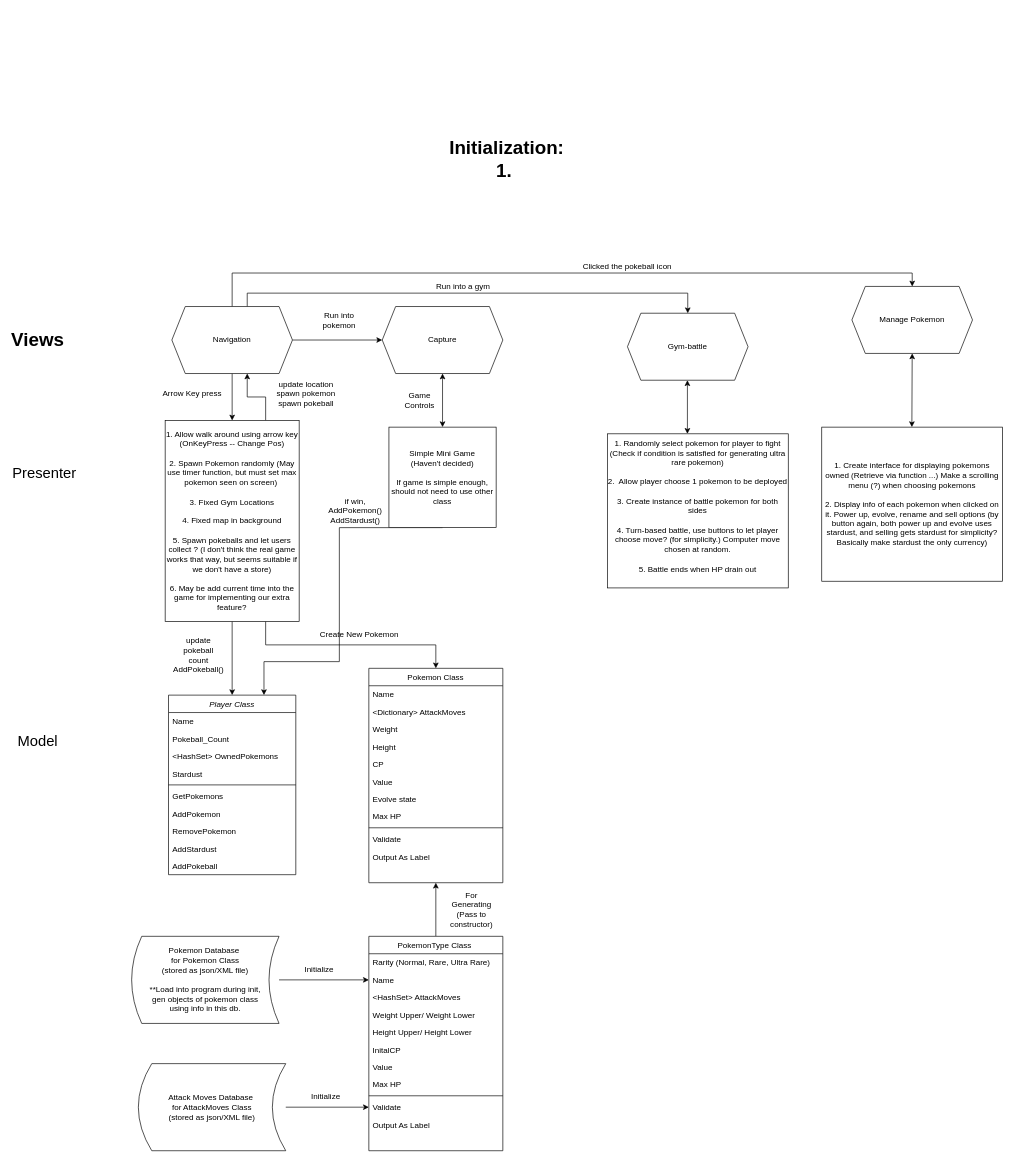
Above: Untitled Diagram.drawio in tpmmthomas/ierg3080-pokemon-go (draw.io), before the change. Source tidied: cells renumbered, new cells numbered last; positions are measured from the earlier drawing's top-left corner, leaving out a move shared by most shapes. Both pictures are drawn from the tidied source at 67%, with x=0, y=0 at pixel (24, 152).
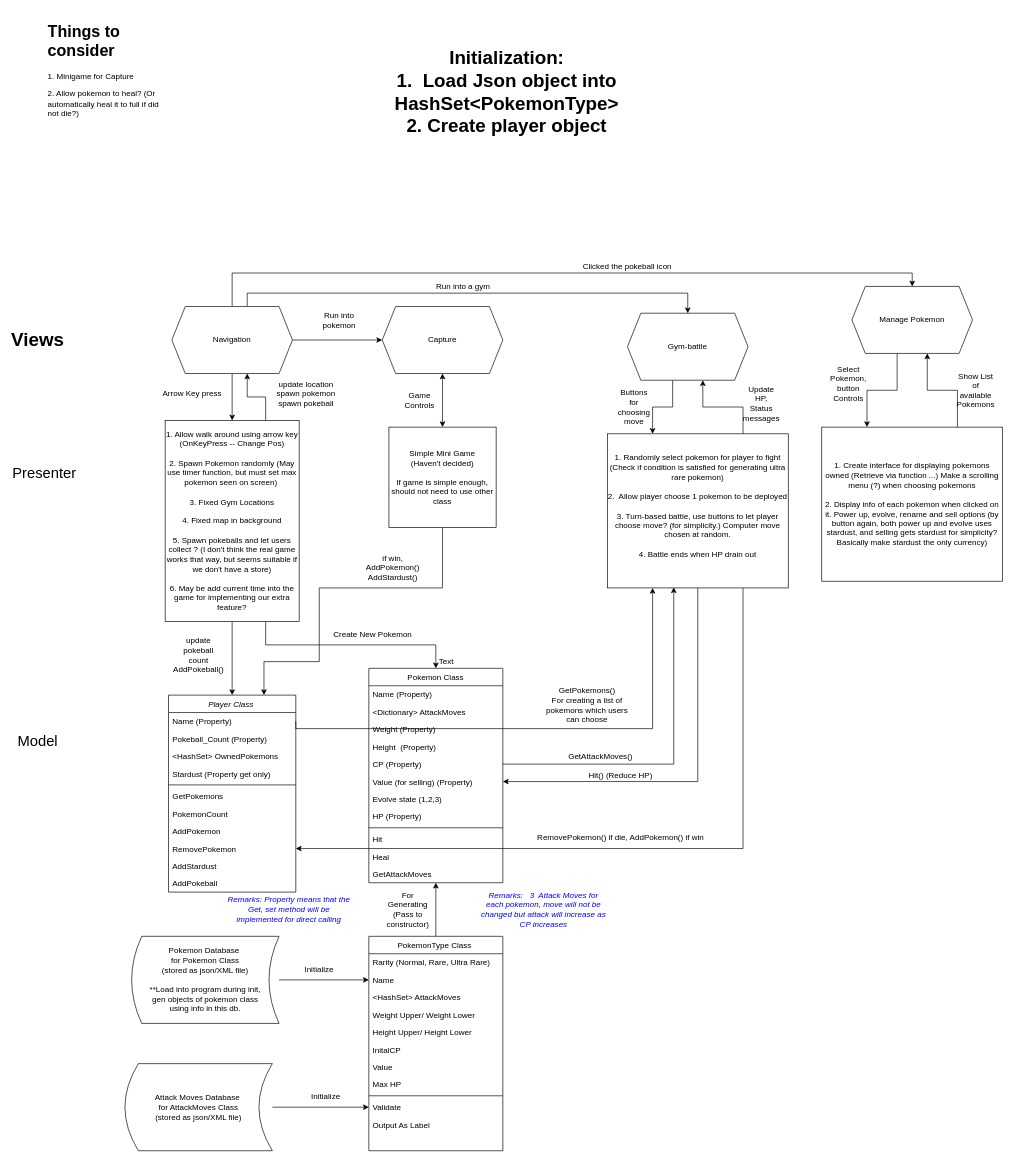
The same page after the edit.

Unchanged cells that the change refers to:
```xml
<mxCell id="21" value="Gym-battle" style="shape=hexagon;perimeter=hexagonPerimeter2;whiteSpace=wrap;html=1;fixedSize=1;" parent="1" vertex="1">
  <mxGeometry x="900" y="240" width="180" height="100" as="geometry" />
</mxCell>
<mxCell id="22" value="Manage Pokemon" style="shape=hexagon;perimeter=hexagonPerimeter2;whiteSpace=wrap;html=1;fixedSize=1;" parent="1" vertex="1">
  <mxGeometry x="1235" y="200" width="180" height="100" as="geometry" />
</mxCell>
<mxCell id="24" value="Simple Mini Game&lt;br&gt;(Haven't decided)&lt;br&gt;&lt;br&gt;If game is simple enough, should not need to use other class" style="rounded=0;whiteSpace=wrap;html=1;" parent="1" vertex="1">
  <mxGeometry x="544" y="410" width="160" height="150" as="geometry" />
</mxCell>
<mxCell id="36" value="Pokemon Class" style="swimlane;fontStyle=0;align=center;verticalAlign=top;horizontal=1;startSize=26;rounded=0;shadow=0;strokeWidth=1;" parent="1" vertex="1">
  <mxGeometry x="514" y="770" width="200" height="320" as="geometry" />
</mxCell>
<mxCell id="50" value="1. Create interface for displaying pokemons owned (Retrieve via function ...) Make a scrolling menu (?) when choosing pokemons&lt;br&gt;&lt;br&gt;2. Display info of each pokemon when clicked on it. Power up, evolve, rename and sell options (by button again, both power up and evolve uses stardust, and selling gets stardust for simplicity? Basically make stardust the only currency)" style="rounded=0;whiteSpace=wrap;html=1;" parent="1" vertex="1">
  <mxGeometry x="1190" y="410" width="270" height="230" as="geometry" />
</mxCell>
```

What changed in the source:
```diff
@@
-    <mxCell id="2" value="Player Class" style="swimlane;fontStyle=2;align=center;verticalAlign=top;horizontal=1;startSize=26;rounded=0;shadow=0;strokeWidth=1;" parent="1" vertex="1">
-      <mxGeometry x="215" y="810" width="190" height="268" as="geometry" />
+    <mxCell id="2" value="Player Class " style="swimlane;fontStyle=2;align=center;verticalAlign=top;horizontal=1;startSize=26;rounded=0;shadow=0;strokeWidth=1;" parent="1" vertex="1">
+      <mxGeometry x="215" y="810" width="190" height="294" as="geometry" />
     </mxCell>
-    <mxCell id="3" value="Name" style="text;align=left;verticalAlign=top;spacingLeft=4;spacingRight=4;overflow=hidden;points=[[0,0.5],[1,0.5]];portConstraint=eastwest;rounded=0;shadow=0;html=0;" parent="2" vertex="1">
+    <mxCell id="3" value="Name (Property)" style="text;align=left;verticalAlign=top;spacingLeft=4;spacingRight=4;overflow=hidden;points=[[0,0.5],[1,0.5]];portConstraint=eastwest;rounded=0;shadow=0;html=0;" parent="2" vertex="1">
       <mxGeometry y="26" width="190" height="26" as="geometry" />
     </mxCell>
-    <mxCell id="4" value="Pokeball_Count" style="text;align=left;verticalAlign=top;spacingLeft=4;spacingRight=4;overflow=hidden;" parent="2" vertex="1">
+    <mxCell id="4" value="Pokeball_Count (Property)" style="text;align=left;verticalAlign=top;spacingLeft=4;spacingRight=4;overflow=hidden;" parent="2" vertex="1">
       <mxGeometry y="52" width="190" height="26" as="geometry" />
     </mxCell>
@@
-    <mxCell id="6" value="Stardust" style="text;align=left;verticalAlign=top;spacingLeft=4;spacingRight=4;overflow=hidden;rounded=0;shadow=0;html=0;" parent="2" vertex="1">
+    <mxCell id="6" value="Stardust (Property get only)" style="text;align=left;verticalAlign=top;spacingLeft=4;spacingRight=4;overflow=hidden;rounded=0;shadow=0;html=0;" parent="2" vertex="1">
       <mxGeometry y="104" width="190" height="26" as="geometry" />
     </mxCell>
@@
+    <mxCell id="78" value="PokemonCount" style="text;align=left;verticalAlign=top;spacingLeft=4;spacingRight=4;overflow=hidden;rounded=0;shadow=0;html=0;" parent="2" vertex="1">
+      <mxGeometry y="164" width="190" height="26" as="geometry" />
+    </mxCell>
     <mxCell id="9" value="AddPokemon" style="text;align=left;verticalAlign=top;spacingLeft=4;spacingRight=4;overflow=hidden;rounded=0;shadow=0;html=0;" parent="2" vertex="1">
-      <mxGeometry y="164" width="190" height="26" as="geometry" />
+      <mxGeometry y="190" width="190" height="26" as="geometry" />
     </mxCell>
     <mxCell id="10" value="RemovePokemon&#10;" style="text;align=left;verticalAlign=top;spacingLeft=4;spacingRight=4;overflow=hidden;points=[[0,0.5],[1,0.5]];portConstraint=eastwest;rounded=0;shadow=0;html=0;" parent="2" vertex="1">
-      <mxGeometry y="190" width="190" height="26" as="geometry" />
+      <mxGeometry y="216" width="190" height="26" as="geometry" />
     </mxCell>
     <mxCell id="11" value="AddStardust" style="text;align=left;verticalAlign=top;spacingLeft=4;spacingRight=4;overflow=hidden;rounded=0;shadow=0;html=0;" parent="2" vertex="1">
-      <mxGeometry y="216" width="190" height="26" as="geometry" />
+      <mxGeometry y="242" width="190" height="26" as="geometry" />
     </mxCell>
     <mxCell id="12" value="AddPokeball" style="text;align=left;verticalAlign=top;spacingLeft=4;spacingRight=4;overflow=hidden;rounded=0;shadow=0;html=0;" parent="2" vertex="1">
-      <mxGeometry y="242" width="190" height="26" as="geometry" />
+      <mxGeometry y="268" width="190" height="26" as="geometry" />
     </mxCell>
@@
+    <mxCell id="79" style="edgeStyle=orthogonalEdgeStyle;rounded=0;jettySize=auto;html=1;exitX=0.375;exitY=1;exitDx=0;exitDy=0;entryX=0.25;entryY=0;entryDx=0;entryDy=0;" parent="1" edge="1" source="21" target="35">
+      <mxGeometry relative="1" as="geometry" />
+    </mxCell>
@@
+    <mxCell id="80" style="edgeStyle=orthogonalEdgeStyle;rounded=0;jettySize=auto;html=1;exitX=0.375;exitY=1;exitDx=0;exitDy=0;entryX=0.25;entryY=0;entryDx=0;entryDy=0;fontColor=#0000FF;" parent="1" edge="1" source="22" target="50">
+      <mxGeometry relative="1" as="geometry" />
+    </mxCell>
@@
     <mxCell id="23" style="edgeStyle=orthogonalEdgeStyle;rounded=0;jettySize=auto;html=1;exitX=0.5;exitY=1;exitDx=0;exitDy=0;entryX=0.75;entryY=0;entryDx=0;entryDy=0;" parent="1" edge="1" source="24" target="2">
       <mxGeometry relative="1" as="geometry">
         <Array as="points">
-          <mxPoint x="470" y="560" />
-          <mxPoint x="470" y="760" />
+          <mxPoint x="624" y="650" />
+          <mxPoint x="440" y="650" />
+          <mxPoint x="440" y="760" />
           <mxPoint x="358" y="760" />
         </Array>
       </mxGeometry>
     </mxCell>
@@
-    <mxCell id="32" value="&lt;font style=&quot;font-size: 28px&quot;&gt;&lt;b&gt;Initialization:&lt;br&gt;1.&amp;nbsp;&lt;br&gt;&lt;/b&gt;&lt;/font&gt;" style="text;html=1;strokeColor=none;fillColor=none;align=center;verticalAlign=middle;whiteSpace=wrap;rounded=0;" parent="1" vertex="1">
-      <mxGeometry x="400" width="640" height="20" as="geometry" />
+    <mxCell id="32" value="&lt;font style=&quot;font-size: 28px&quot;&gt;&lt;b&gt;Initialization:&lt;br&gt;1.&amp;nbsp; Load Json object into HashSet&amp;lt;PokemonType&amp;gt;&lt;br&gt;2. Create player object&lt;br&gt;&lt;/b&gt;&lt;/font&gt;" style="text;html=1;strokeColor=none;fillColor=none;align=center;verticalAlign=middle;whiteSpace=wrap;rounded=0;" parent="1" vertex="1">
+      <mxGeometry x="400" y="-100" width="640" height="20" as="geometry" />
     </mxCell>
@@
-    <mxCell id="34" style="endArrow=classic;startArrow=classic;html=1;exitX=0.5;exitY=0;exitDx=0;exitDy=0;entryX=0.5;entryY=1;entryDx=0;entryDy=0;" parent="1" edge="1">
-      <mxGeometry relative="1" as="geometry">
-        <mxPoint x="989.5" y="420" as="sourcePoint" />
-        <mxPoint x="989.5" y="340" as="targetPoint" />
-      </mxGeometry>
-    </mxCell>
+    <mxCell id="81" style="edgeStyle=orthogonalEdgeStyle;rounded=0;jettySize=auto;html=1;exitX=0.75;exitY=0;exitDx=0;exitDy=0;entryX=0.625;entryY=1;entryDx=0;entryDy=0;" parent="1" edge="1" source="35" target="21">
+      <mxGeometry relative="1" as="geometry" />
+    </mxCell>
+    <mxCell id="82" style="edgeStyle=orthogonalEdgeStyle;rounded=0;jettySize=auto;html=1;exitX=0.5;exitY=1;exitDx=0;exitDy=0;entryX=1;entryY=0.5;entryDx=0;entryDy=0;" parent="1" edge="1" source="35" target="42">
+      <mxGeometry relative="1" as="geometry" />
+    </mxCell>
+    <mxCell id="83" style="edgeStyle=orthogonalEdgeStyle;rounded=0;jettySize=auto;html=1;exitX=0.75;exitY=1;exitDx=0;exitDy=0;entryX=1;entryY=0.5;entryDx=0;entryDy=0;fontColor=#000000;" parent="1" edge="1" source="35" target="10">
+      <mxGeometry relative="1" as="geometry" />
+    </mxCell>
-    <mxCell id="35" value="1. Randomly select pokemon for player to fight (Check if condition is satisfied for generating ultra rare pokemon)&lt;br&gt;&lt;br&gt;2.&amp;nbsp; Allow player choose 1 pokemon to be deployed&lt;br&gt;&lt;br&gt;3. Create instance of battle pokemon for both sides&lt;br&gt;&lt;br&gt;4. Turn-based battle, use buttons to let player choose move? (for simplicity.) Computer move chosen at random.&lt;br&gt;&lt;br&gt;5. Battle ends when HP drain out&lt;br&gt;&amp;nbsp;" style="rounded=0;whiteSpace=wrap;html=1;" parent="1" vertex="1">
+    <mxCell id="35" value="1. Randomly select pokemon for player to fight (Check if condition is satisfied for generating ultra rare pokemon)&lt;br&gt;&lt;br&gt;2.&amp;nbsp; Allow player choose 1 pokemon to be deployed&lt;br&gt;&lt;br&gt;3. Turn-based battle, use buttons to let player choose move? (for simplicity.) Computer move chosen at random.&lt;br&gt;&lt;br&gt;4. Battle ends when HP drain out&lt;br&gt;&amp;nbsp;" style="rounded=0;whiteSpace=wrap;html=1;" parent="1" vertex="1">
       <mxGeometry x="870" y="420" width="270" height="230" as="geometry" />
     </mxCell>
@@
-    <mxCell id="37" value="Name" style="text;align=left;verticalAlign=top;spacingLeft=4;spacingRight=4;overflow=hidden;rounded=0;shadow=0;html=0;" parent="36" vertex="1">
+    <mxCell id="37" value="Name (Property)" style="text;align=left;verticalAlign=top;spacingLeft=4;spacingRight=4;overflow=hidden;rounded=0;shadow=0;html=0;" parent="36" vertex="1">
       <mxGeometry y="26" width="200" height="26" as="geometry" />
     </mxCell>
@@
-    <mxCell id="39" value="Weight" style="text;align=left;verticalAlign=top;spacingLeft=4;spacingRight=4;overflow=hidden;rounded=0;shadow=0;html=0;" parent="36" vertex="1">
+    <mxCell id="39" value="Weight (Property)" style="text;align=left;verticalAlign=top;spacingLeft=4;spacingRight=4;overflow=hidden;rounded=0;shadow=0;html=0;" parent="36" vertex="1">
       <mxGeometry y="78" width="200" height="26" as="geometry" />
     </mxCell>
-    <mxCell id="40" value="Height" style="text;align=left;verticalAlign=top;spacingLeft=4;spacingRight=4;overflow=hidden;rounded=0;shadow=0;html=0;" parent="36" vertex="1">
+    <mxCell id="40" value="Height  (Property)" style="text;align=left;verticalAlign=top;spacingLeft=4;spacingRight=4;overflow=hidden;rounded=0;shadow=0;html=0;" parent="36" vertex="1">
       <mxGeometry y="104" width="200" height="26" as="geometry" />
     </mxCell>
-    <mxCell id="41" value="CP" style="text;align=left;verticalAlign=top;spacingLeft=4;spacingRight=4;overflow=hidden;points=[[0,0.5],[1,0.5]];portConstraint=eastwest;rounded=0;shadow=0;html=0;" parent="36" vertex="1">
+    <mxCell id="41" value="CP (Property)" style="text;align=left;verticalAlign=top;spacingLeft=4;spacingRight=4;overflow=hidden;points=[[0,0.5],[1,0.5]];portConstraint=eastwest;rounded=0;shadow=0;html=0;" parent="36" vertex="1">
       <mxGeometry y="130" width="200" height="26" as="geometry" />
     </mxCell>
-    <mxCell id="42" value="Value" style="text;align=left;verticalAlign=top;spacingLeft=4;spacingRight=4;overflow=hidden;points=[[0,0.5],[1,0.5]];portConstraint=eastwest;rounded=0;shadow=0;html=0;" parent="36" vertex="1">
+    <mxCell id="42" value="Value (for selling) (Property)" style="text;align=left;verticalAlign=top;spacingLeft=4;spacingRight=4;overflow=hidden;points=[[0,0.5],[1,0.5]];portConstraint=eastwest;rounded=0;shadow=0;html=0;" parent="36" vertex="1">
       <mxGeometry y="156" width="200" height="26" as="geometry" />
     </mxCell>
-    <mxCell id="43" value="Evolve state" style="text;align=left;verticalAlign=top;spacingLeft=4;spacingRight=4;overflow=hidden;rounded=0;shadow=0;html=0;" parent="36" vertex="1">
+    <mxCell id="43" value="Evolve state (1,2,3)" style="text;align=left;verticalAlign=top;spacingLeft=4;spacingRight=4;overflow=hidden;rounded=0;shadow=0;html=0;" parent="36" vertex="1">
       <mxGeometry y="182" width="200" height="26" as="geometry" />
     </mxCell>
-    <mxCell id="44" value="Max HP" style="text;align=left;verticalAlign=top;spacingLeft=4;spacingRight=4;overflow=hidden;rounded=0;shadow=0;html=0;" parent="36" vertex="1">
+    <mxCell id="44" value="HP (Property)" style="text;align=left;verticalAlign=top;spacingLeft=4;spacingRight=4;overflow=hidden;rounded=0;shadow=0;html=0;" parent="36" vertex="1">
       <mxGeometry y="208" width="200" height="26" as="geometry" />
     </mxCell>
@@
-    <mxCell id="46" value="Validate" style="text;align=left;verticalAlign=top;spacingLeft=4;spacingRight=4;overflow=hidden;" parent="36" vertex="1">
+    <mxCell id="46" value="Hit" style="text;align=left;verticalAlign=top;spacingLeft=4;spacingRight=4;overflow=hidden;" parent="36" vertex="1">
       <mxGeometry y="242" width="200" height="26" as="geometry" />
     </mxCell>
-    <mxCell id="47" value="Output As Label" style="text;align=left;verticalAlign=top;spacingLeft=4;spacingRight=4;overflow=hidden;" parent="36" vertex="1">
+    <mxCell id="47" value="Heal" style="text;align=left;verticalAlign=top;spacingLeft=4;spacingRight=4;overflow=hidden;" parent="36" vertex="1">
       <mxGeometry y="268" width="200" height="26" as="geometry" />
     </mxCell>
+    <mxCell id="84" value="GetAttackMoves" style="text;align=left;verticalAlign=top;spacingLeft=4;spacingRight=4;overflow=hidden;" parent="36" vertex="1">
+      <mxGeometry y="294" width="200" height="26" as="geometry" />
+    </mxCell>
@@
     <mxCell id="49" value="Attack Moves Database&amp;nbsp;&lt;br&gt;for AttackMoves Class&lt;br&gt;(stored as json/XML file)&lt;br&gt;" style="shape=dataStorage;whiteSpace=wrap;html=1;fixedSize=1;" parent="1" vertex="1">
-      <mxGeometry x="170" y="1360" width="220" height="130" as="geometry" />
+      <mxGeometry x="150" y="1360" width="220" height="130" as="geometry" />
     </mxCell>
+    <mxCell id="85" style="edgeStyle=orthogonalEdgeStyle;rounded=0;jettySize=auto;html=1;exitX=0.75;exitY=0;exitDx=0;exitDy=0;entryX=0.625;entryY=1;entryDx=0;entryDy=0;fontColor=#0000FF;" parent="1" edge="1" source="50" target="22">
+      <mxGeometry relative="1" as="geometry" />
+    </mxCell>
@@
-    <mxCell id="51" style="endArrow=classic;startArrow=classic;html=1;exitX=0.5;exitY=0;exitDx=0;exitDy=0;entryX=0.5;entryY=1;entryDx=0;entryDy=0;" parent="1" edge="1" target="22">
-      <mxGeometry relative="1" as="geometry">
-        <mxPoint x="1324.5" y="410" as="sourcePoint" />
-      </mxGeometry>
-    </mxCell>
@@
     <mxCell id="58" value="Create New Pokemon" style="text;html=1;strokeColor=none;fillColor=none;align=center;verticalAlign=middle;whiteSpace=wrap;rounded=0;" parent="1" vertex="1">
-      <mxGeometry x="430" y="710" width="140" height="20" as="geometry" />
+      <mxGeometry x="450" y="710" width="140" height="20" as="geometry" />
     </mxCell>
@@
     <mxCell id="60" value="For Generating&lt;br&gt;(Pass to constructor)" style="text;html=1;strokeColor=none;fillColor=none;align=center;verticalAlign=middle;whiteSpace=wrap;rounded=0;" parent="1" vertex="1">
-      <mxGeometry x="635" y="1120" width="65" height="20" as="geometry" />
+      <mxGeometry x="540" y="1120" width="65" height="20" as="geometry" />
     </mxCell>
@@
     <mxCell id="77" value="if win,&lt;br&gt;AddPokemon()&lt;br&gt;AddStardust()&lt;br&gt;" style="text;html=1;strokeColor=none;fillColor=none;align=center;verticalAlign=middle;whiteSpace=wrap;rounded=0;" parent="1" vertex="1">
-      <mxGeometry x="474" y="525" width="40" height="20" as="geometry" />
+      <mxGeometry x="530" y="610" width="40" height="20" as="geometry" />
     </mxCell>
+    <mxCell id="86" style="edgeStyle=orthogonalEdgeStyle;rounded=0;jettySize=auto;html=1;exitX=1;exitY=0.5;exitDx=0;exitDy=0;entryX=0.25;entryY=1;entryDx=0;entryDy=0;" parent="1" edge="1" source="3" target="35">
+      <mxGeometry relative="1" as="geometry">
+        <Array as="points">
+          <mxPoint x="405" y="860" />
+          <mxPoint x="938" y="860" />
+        </Array>
+      </mxGeometry>
+    </mxCell>
+    <mxCell id="87" value="GetPokemons()&lt;br&gt;For creating a list of pokemons which users can choose" style="text;html=1;strokeColor=none;fillColor=none;align=center;verticalAlign=middle;whiteSpace=wrap;rounded=0;" parent="1" vertex="1">
+      <mxGeometry x="770" y="815" width="140" height="20" as="geometry" />
+    </mxCell>
+    <mxCell id="88" value="Buttons&lt;br&gt;for&lt;br&gt;choosing&lt;br&gt;move" style="text;html=1;strokeColor=none;fillColor=none;align=center;verticalAlign=middle;whiteSpace=wrap;rounded=0;" parent="1" vertex="1">
+      <mxGeometry x="890" y="370" width="40" height="20" as="geometry" />
+    </mxCell>
+    <mxCell id="89" value="Update HP,&lt;br&gt;Status messages" style="text;html=1;strokeColor=none;fillColor=none;align=center;verticalAlign=middle;whiteSpace=wrap;rounded=0;" parent="1" vertex="1">
+      <mxGeometry x="1080" y="365" width="40" height="20" as="geometry" />
+    </mxCell>
+    <mxCell id="90" value="Text" style="text;html=1;strokeColor=none;fillColor=none;align=center;verticalAlign=middle;whiteSpace=wrap;rounded=0;" parent="1" vertex="1">
+      <mxGeometry x="610" y="750" width="40" height="20" as="geometry" />
+    </mxCell>
+    <mxCell id="91" value="Hit() (Reduce HP)" style="text;html=1;strokeColor=none;fillColor=none;align=center;verticalAlign=middle;whiteSpace=wrap;rounded=0;" parent="1" vertex="1">
+      <mxGeometry x="820" y="920" width="140" height="20" as="geometry" />
+    </mxCell>
+    <mxCell id="92" style="edgeStyle=orthogonalEdgeStyle;rounded=0;jettySize=auto;html=1;exitX=1;exitY=0.5;exitDx=0;exitDy=0;entryX=0.367;entryY=0.996;entryDx=0;entryDy=0;entryPerimeter=0;" parent="1" edge="1" source="41" target="35">
+      <mxGeometry relative="1" as="geometry" />
+    </mxCell>
+    <mxCell id="93" value="&lt;h1&gt;Things to consider&lt;/h1&gt;&lt;p&gt;1. Minigame for Capture&lt;/p&gt;&lt;p&gt;2. Allow pokemon to heal? (Or automatically heal it to full if did not die?)&lt;/p&gt;" style="text;html=1;strokeColor=none;fillColor=none;spacing=5;spacingTop=-20;whiteSpace=wrap;overflow=hidden;rounded=0;" parent="1" vertex="1">
+      <mxGeometry x="30" y="-200" width="190" height="200" as="geometry" />
+    </mxCell>
+    <mxCell id="94" value="GetAttackMoves()" style="text;html=1;strokeColor=none;fillColor=none;align=center;verticalAlign=middle;whiteSpace=wrap;rounded=0;" parent="1" vertex="1">
+      <mxGeometry x="790" y="892" width="140" height="20" as="geometry" />
+    </mxCell>
+    <mxCell id="95" value="Remarks: Property means that the Get, set method will be implemented for direct calling" style="text;html=1;strokeColor=none;fillColor=none;align=center;verticalAlign=middle;whiteSpace=wrap;rounded=0;fontStyle=2;fontColor=#0000FF;" parent="1" vertex="1">
+      <mxGeometry x="300" y="1120" width="190" height="20" as="geometry" />
+    </mxCell>
+    <mxCell id="96" value="Remarks:&amp;nbsp; &amp;nbsp;3&amp;nbsp; Attack Moves for each pokemon, move will not be changed but attack will increase as CP increases" style="text;html=1;strokeColor=none;fillColor=none;align=center;verticalAlign=middle;whiteSpace=wrap;rounded=0;fontStyle=2;fontColor=#0000FF;" parent="1" vertex="1">
+      <mxGeometry x="680" y="1120" width="190" height="20" as="geometry" />
+    </mxCell>
+    <mxCell id="97" value="Show List of available Pokemons" style="text;html=1;strokeColor=none;fillColor=none;align=center;verticalAlign=middle;whiteSpace=wrap;rounded=0;" parent="1" vertex="1">
+      <mxGeometry x="1400" y="345" width="40" height="20" as="geometry" />
+    </mxCell>
+    <mxCell id="98" value="Select Pokemon, button Controls" style="text;html=1;strokeColor=none;fillColor=none;align=center;verticalAlign=middle;whiteSpace=wrap;rounded=0;" parent="1" vertex="1">
+      <mxGeometry x="1210" y="335" width="40" height="20" as="geometry" />
+    </mxCell>
+    <mxCell id="99" value="RemovePokemon() if die, AddPokemon() if win" style="text;html=1;strokeColor=none;fillColor=none;align=center;verticalAlign=middle;whiteSpace=wrap;rounded=0;fontColor=#000000;" parent="1" vertex="1">
+      <mxGeometry x="750" y="1013" width="280" height="20" as="geometry" />
+    </mxCell>
```
